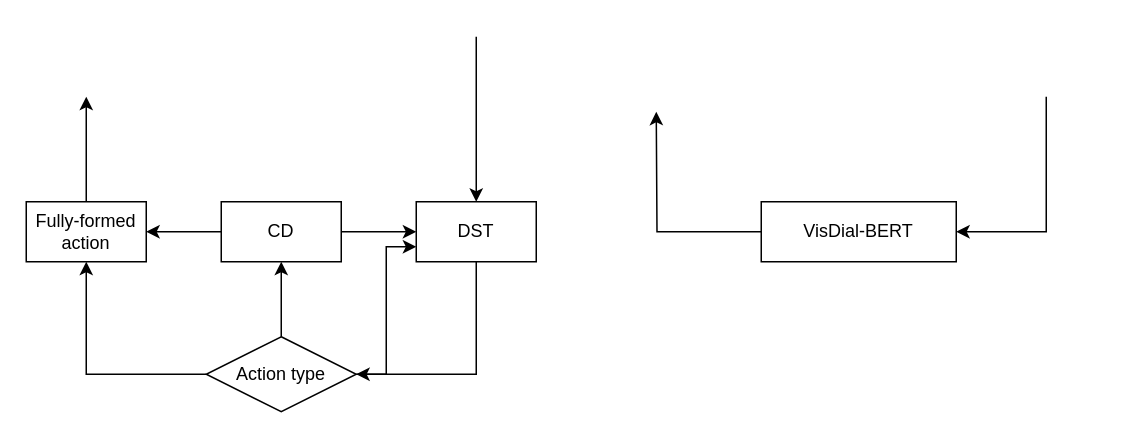
Earlier version of the draw.io diagram DST vs VisDial-BERT.drawio (anotherAndre/DrawIO). Source tidied: cells renumbered, new cells numbered last; positions are measured from the earlier drawing's top-left corner, leaving out a move shared by most shapes. Both pictures are drawn from the tidied source at 150%, with x=0, y=0 at pixel (26, 36).
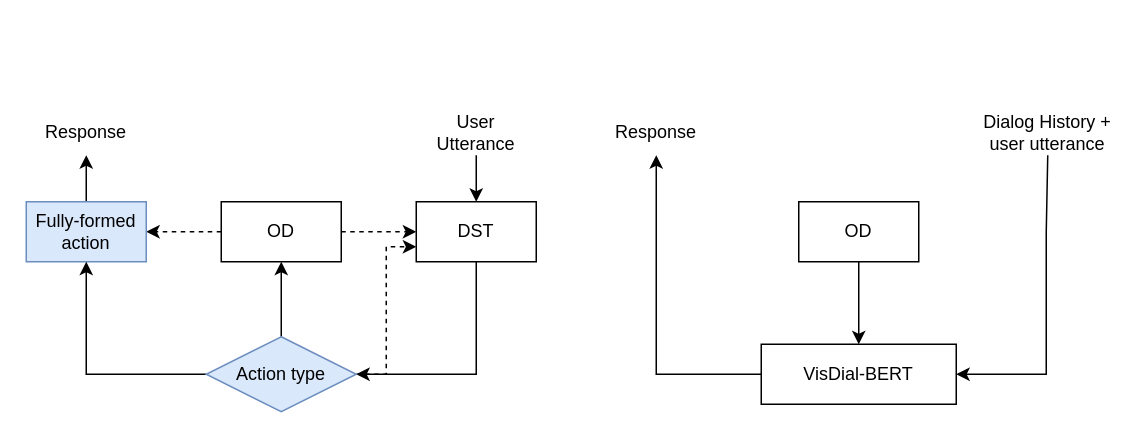
After the change.

The change refers to these unchanged cells:
```xml
<mxCell id="3" value="DST" style="rounded=0;whiteSpace=wrap;html=1;" parent="1" vertex="1">
  <mxGeometry x="260" y="110" width="80" height="40" as="geometry" />
</mxCell>
```

What changed in the source:
```diff
@@
-    <mxCell id="4" style="edgeStyle=orthogonalEdgeStyle;rounded=0;jettySize=auto;html=1;entryX=0;entryY=0.5;entryDx=0;entryDy=0;" parent="1" edge="1" source="6" target="3">
+    <mxCell id="4" style="edgeStyle=orthogonalEdgeStyle;rounded=0;jettySize=auto;html=1;entryX=0;entryY=0.5;entryDx=0;entryDy=0;dashed=1;" parent="1" edge="1" source="6" target="3">
       <mxGeometry relative="1" as="geometry" />
     </mxCell>
-    <mxCell id="5" style="edgeStyle=orthogonalEdgeStyle;rounded=0;jettySize=auto;html=1;entryX=1;entryY=0.5;entryDx=0;entryDy=0;" parent="1" edge="1" source="6" target="8">
+    <mxCell id="5" style="edgeStyle=orthogonalEdgeStyle;rounded=0;jettySize=auto;html=1;entryX=1;entryY=0.5;entryDx=0;entryDy=0;dashed=1;" parent="1" edge="1" source="6" target="8">
       <mxGeometry relative="1" as="geometry" />
     </mxCell>
-    <mxCell id="6" value="CD" style="rounded=0;whiteSpace=wrap;html=1;" parent="1" vertex="1">
+    <mxCell id="6" value="OD" style="rounded=0;whiteSpace=wrap;html=1;" parent="1" vertex="1">
       <mxGeometry x="130" y="110" width="80" height="40" as="geometry" />
     </mxCell>
-    <mxCell id="7" style="edgeStyle=orthogonalEdgeStyle;rounded=0;jettySize=auto;html=1;" parent="1" edge="1" source="8">
-      <mxGeometry relative="1" as="geometry">
-        <mxPoint x="40" y="40" as="targetPoint" />
-      </mxGeometry>
+    <mxCell id="7" style="edgeStyle=orthogonalEdgeStyle;rounded=0;jettySize=auto;html=1;entryX=0.5;entryY=1;entryDx=0;entryDy=0;" parent="1" edge="1" source="8" target="20">
+      <mxGeometry relative="1" as="geometry" />
     </mxCell>
-    <mxCell id="8" value="Fully-formed action" style="rounded=0;whiteSpace=wrap;html=1;" parent="1" vertex="1">
+    <mxCell id="8" value="Fully-formed action" style="rounded=0;whiteSpace=wrap;html=1;fillColor=#dae8fc;strokeColor=#6c8ebf;" parent="1" vertex="1">
       <mxGeometry y="110" width="80" height="40" as="geometry" />
     </mxCell>
@@
-    <mxCell id="11" style="edgeStyle=orthogonalEdgeStyle;rounded=0;jettySize=auto;html=1;entryX=0;entryY=0.75;entryDx=0;entryDy=0;" parent="1" edge="1" source="12" target="3">
+    <mxCell id="11" style="edgeStyle=orthogonalEdgeStyle;rounded=0;jettySize=auto;html=1;entryX=0;entryY=0.75;entryDx=0;entryDy=0;dashed=1;" parent="1" edge="1" source="12" target="3">
       <mxGeometry relative="1" as="geometry" />
     </mxCell>
-    <mxCell id="12" value="Action type" style="rhombus;whiteSpace=wrap;html=1;" parent="1" vertex="1">
+    <mxCell id="12" value="Action type" style="rhombus;whiteSpace=wrap;html=1;fillColor=#dae8fc;strokeColor=#6c8ebf;" parent="1" vertex="1">
       <mxGeometry x="120" y="200" width="100" height="50" as="geometry" />
     </mxCell>
-    <mxCell id="13" style="endArrow=classic;html=1;rounded=0;entryX=0.5;entryY=0;entryDx=0;entryDy=0;" parent="1" edge="1" target="3">
-      <mxGeometry relative="1" as="geometry">
-        <mxPoint x="300" as="sourcePoint" />
-      </mxGeometry>
-    </mxCell>
-    <mxCell id="14" style="edgeStyle=orthogonalEdgeStyle;rounded=0;jettySize=auto;html=1;" parent="1" edge="1" source="15">
-      <mxGeometry relative="1" as="geometry">
-        <mxPoint x="420" y="50" as="targetPoint" />
-      </mxGeometry>
+    <mxCell id="14" style="edgeStyle=orthogonalEdgeStyle;rounded=0;jettySize=auto;html=1;entryX=0.5;entryY=1;entryDx=0;entryDy=0;" parent="1" edge="1" source="15" target="19">
+      <mxGeometry relative="1" as="geometry" />
     </mxCell>
     <mxCell id="15" value="VisDial-BERT" style="rounded=0;whiteSpace=wrap;html=1;" parent="1" vertex="1">
-      <mxGeometry x="490" y="110" width="130" height="40" as="geometry" />
+      <mxGeometry x="490" y="205" width="130" height="40" as="geometry" />
     </mxCell>
-    <mxCell id="16" style="endArrow=classic;html=1;rounded=0;entryX=1;entryY=0.5;entryDx=0;entryDy=0;" parent="1" edge="1" target="15">
+    <mxCell id="16" style="endArrow=classic;html=1;rounded=0;entryX=1;entryY=0.5;entryDx=0;entryDy=0;exitX=0.5;exitY=1;exitDx=0;exitDy=0;" parent="1" edge="1" source="23" target="15">
       <mxGeometry relative="1" as="geometry">
-        <mxPoint x="680" y="40" as="sourcePoint" />
         <Array as="points">
           <mxPoint x="680" y="130" />
+          <mxPoint x="680" y="225" />
         </Array>
       </mxGeometry>
     </mxCell>
+    <mxCell id="17" style="edgeStyle=orthogonalEdgeStyle;rounded=0;jettySize=auto;html=1;entryX=0.5;entryY=0;entryDx=0;entryDy=0;" parent="1" edge="1" source="18" target="15">
+      <mxGeometry relative="1" as="geometry" />
+    </mxCell>
+    <mxCell id="18" value="OD" style="rounded=0;whiteSpace=wrap;html=1;" parent="1" vertex="1">
+      <mxGeometry x="515" y="110" width="80" height="40" as="geometry" />
+    </mxCell>
+    <mxCell id="19" value="Response" style="text;html=1;strokeColor=none;fillColor=none;align=center;verticalAlign=middle;whiteSpace=wrap;rounded=0;" parent="1" vertex="1">
+      <mxGeometry x="390" y="49" width="60" height="30" as="geometry" />
+    </mxCell>
+    <mxCell id="20" value="Response" style="text;html=1;strokeColor=none;fillColor=none;align=center;verticalAlign=middle;whiteSpace=wrap;rounded=0;" parent="1" vertex="1">
+      <mxGeometry x="10" y="49" width="60" height="30" as="geometry" />
+    </mxCell>
+    <mxCell id="21" style="edgeStyle=orthogonalEdgeStyle;rounded=0;jettySize=auto;html=1;entryX=0.5;entryY=0;entryDx=0;entryDy=0;" parent="1" edge="1" source="22" target="3">
+      <mxGeometry relative="1" as="geometry" />
+    </mxCell>
+    <mxCell id="22" value="User Utterance" style="text;html=1;strokeColor=none;fillColor=none;align=center;verticalAlign=middle;whiteSpace=wrap;rounded=0;" parent="1" vertex="1">
+      <mxGeometry x="270" y="49" width="60" height="30" as="geometry" />
+    </mxCell>
+    <mxCell id="23" value="Dialog History + user utterance" style="text;html=1;strokeColor=none;fillColor=none;align=center;verticalAlign=middle;whiteSpace=wrap;rounded=0;" parent="1" vertex="1">
+      <mxGeometry x="636" y="49" width="90" height="30" as="geometry" />
+    </mxCell>
```
